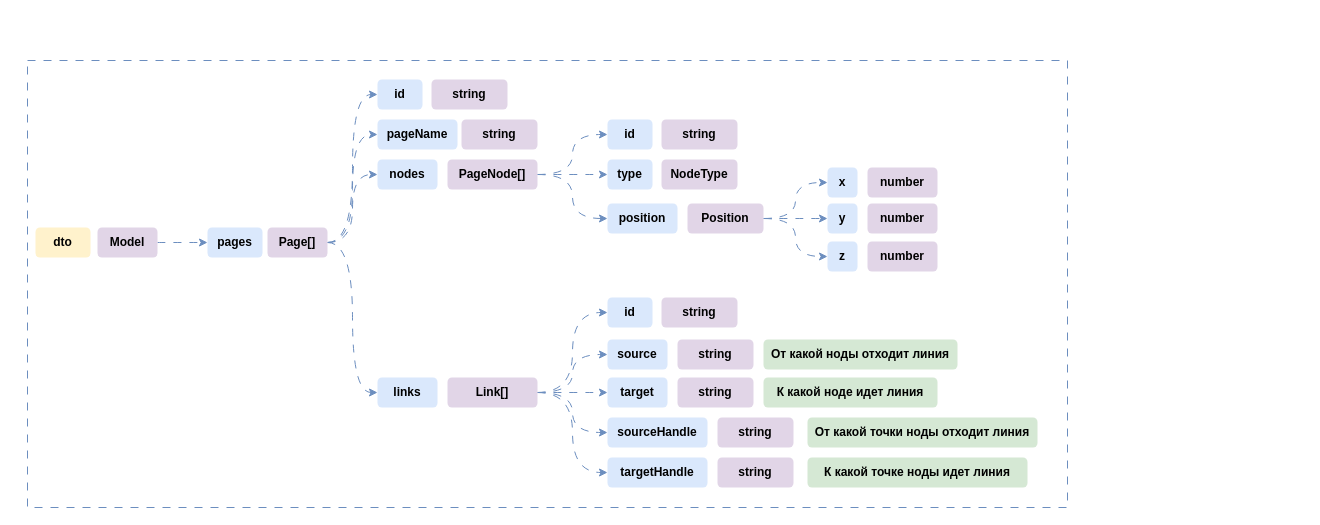
The draw.io diagram page "Flow" (1 of 2) of Self-Diagrams.drawio in orlov-oleg-developer/uml-diagrams, before the edit. Source tidied: cells renumbered, new cells numbered last; positions are measured from the earlier drawing's top-left corner, leaving out a move shared by most shapes. Both pictures are drawn from the tidied source at 100%, with x=0, y=0 at pixel (27, 60).
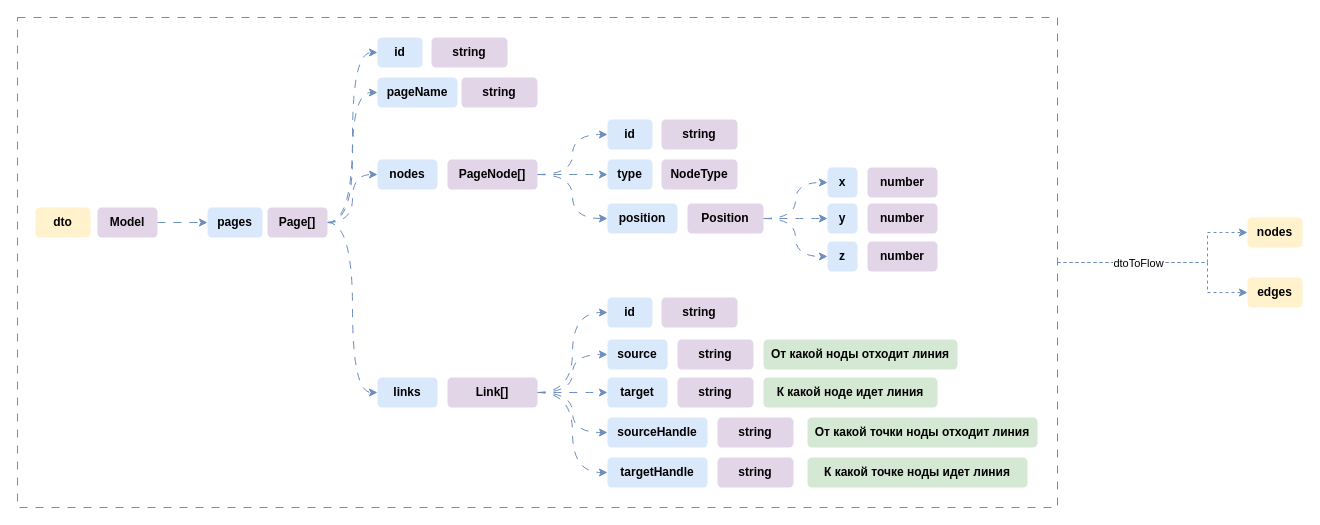
After the change.

Change to the diagram source:
```diff
@@
+    <mxCell id="57" style="edgeStyle=orthogonalEdgeStyle;shape=connector;rounded=0;jettySize=auto;html=1;dashed=1;labelBackgroundColor=default;strokeColor=#6c8ebf;align=center;verticalAlign=middle;fontFamily=Helvetica;fontSize=11;fontColor=default;endArrow=classic;fillColor=#dae8fc;" parent="1" edge="1" source="56" target="60">
+      <mxGeometry relative="1" as="geometry">
+        <Array as="points">
+          <mxPoint x="1180" y="202" />
+          <mxPoint x="1180" y="172" />
+        </Array>
+      </mxGeometry>
+    </mxCell>
+    <mxCell id="58" style="edgeStyle=orthogonalEdgeStyle;shape=connector;rounded=0;jettySize=auto;html=1;entryX=0;entryY=0.5;entryDx=0;entryDy=0;dashed=1;labelBackgroundColor=default;strokeColor=#6c8ebf;align=center;verticalAlign=middle;fontFamily=Helvetica;fontSize=11;fontColor=default;endArrow=classic;fillColor=#dae8fc;" parent="1" edge="1" source="56" target="61">
+      <mxGeometry relative="1" as="geometry">
+        <Array as="points">
+          <mxPoint x="1180" y="202" />
+          <mxPoint x="1180" y="232" />
+        </Array>
+      </mxGeometry>
+    </mxCell>
+    <mxCell id="59" value="dtoToFlow" style="edgeLabel;html=1;align=center;verticalAlign=middle;fontSize=11;fontFamily=Helvetica;fontColor=default;" parent="58" vertex="1">
+      <mxGeometry x="-0.27" y="-1" relative="1" as="geometry">
+        <mxPoint y="-1" as="offset" />
+      </mxGeometry>
+    </mxCell>
+    <mxCell id="56" style="rounded=0;whiteSpace=wrap;html=1;fontFamily=Helvetica;fontSize=11;fillColor=none;dashed=1;dashPattern=8 8;strokeColor=#6c8ebf;shadow=0;" parent="1" vertex="1">
+      <mxGeometry x="-10" y="-43" width="1040" height="490" as="geometry" />
+    </mxCell>
     <mxCell id="2" value="dto" style="rounded=1;whiteSpace=wrap;html=1;fillColor=#fff2cc;strokeColor=none;fontStyle=1;" parent="1" vertex="1">
-      <mxGeometry x="8" y="167" width="55" height="30" as="geometry" />
+      <mxGeometry x="8" y="147" width="55" height="30" as="geometry" />
     </mxCell>
     <mxCell id="3" value="id" style="rounded=1;whiteSpace=wrap;html=1;fillColor=#dae8fc;strokeColor=none;fontStyle=1;" parent="1" vertex="1">
-      <mxGeometry x="350" y="19" width="45" height="30" as="geometry" />
+      <mxGeometry x="350" y="-23" width="45" height="30" as="geometry" />
     </mxCell>
@@
     <mxCell id="5" value="Model" style="rounded=1;whiteSpace=wrap;html=1;fillColor=#e1d5e7;strokeColor=none;fontStyle=1;" parent="1" vertex="1">
-      <mxGeometry x="70" y="167" width="60" height="30" as="geometry" />
+      <mxGeometry x="70" y="147" width="60" height="30" as="geometry" />
     </mxCell>
     <mxCell id="6" value="string" style="rounded=1;whiteSpace=wrap;html=1;fillColor=#e1d5e7;strokeColor=none;fontStyle=1;" parent="1" vertex="1">
-      <mxGeometry x="404" y="19" width="76" height="30" as="geometry" />
+      <mxGeometry x="404" y="-23" width="76" height="30" as="geometry" />
     </mxCell>
     <mxCell id="7" value="pages" style="rounded=1;whiteSpace=wrap;html=1;fillColor=#dae8fc;strokeColor=none;fontStyle=1;" parent="1" vertex="1">
-      <mxGeometry x="180" y="167" width="55" height="30" as="geometry" />
+      <mxGeometry x="180" y="147" width="55" height="30" as="geometry" />
     </mxCell>
@@
     <mxCell id="12" value="Page[]" style="rounded=1;whiteSpace=wrap;html=1;fillColor=#e1d5e7;strokeColor=none;fontStyle=1;" parent="1" vertex="1">
-      <mxGeometry x="240" y="167" width="60" height="30" as="geometry" />
+      <mxGeometry x="240" y="147" width="60" height="30" as="geometry" />
     </mxCell>
@@
     <mxCell id="25" value="pageName" style="rounded=1;whiteSpace=wrap;html=1;fillColor=#dae8fc;strokeColor=none;fontStyle=1;" parent="1" vertex="1">
-      <mxGeometry x="350" y="59" width="80" height="30" as="geometry" />
+      <mxGeometry x="350" y="17" width="80" height="30" as="geometry" />
     </mxCell>
     <mxCell id="26" value="string" style="rounded=1;whiteSpace=wrap;html=1;fillColor=#e1d5e7;strokeColor=none;fontStyle=1;" parent="1" vertex="1">
-      <mxGeometry x="434" y="59" width="76" height="30" as="geometry" />
+      <mxGeometry x="434" y="17" width="76" height="30" as="geometry" />
     </mxCell>
@@
-    <mxCell id="56" style="rounded=0;whiteSpace=wrap;html=1;fontFamily=Helvetica;fontSize=11;fillColor=none;dashed=1;dashPattern=8 8;strokeColor=#6c8ebf;shadow=0;" parent="1" vertex="1">
-      <mxGeometry width="1040" height="447" as="geometry" />
-    </mxCell>
+    <mxCell id="60" value="nodes" style="rounded=1;whiteSpace=wrap;html=1;fillColor=#fff2cc;strokeColor=none;fontStyle=1;" parent="1" vertex="1">
+      <mxGeometry x="1220" y="157" width="55" height="30" as="geometry" />
+    </mxCell>
+    <mxCell id="61" value="edges" style="rounded=1;whiteSpace=wrap;html=1;fillColor=#fff2cc;strokeColor=none;fontStyle=1;" parent="1" vertex="1">
+      <mxGeometry x="1220" y="217" width="55" height="30" as="geometry" />
+    </mxCell>
```
